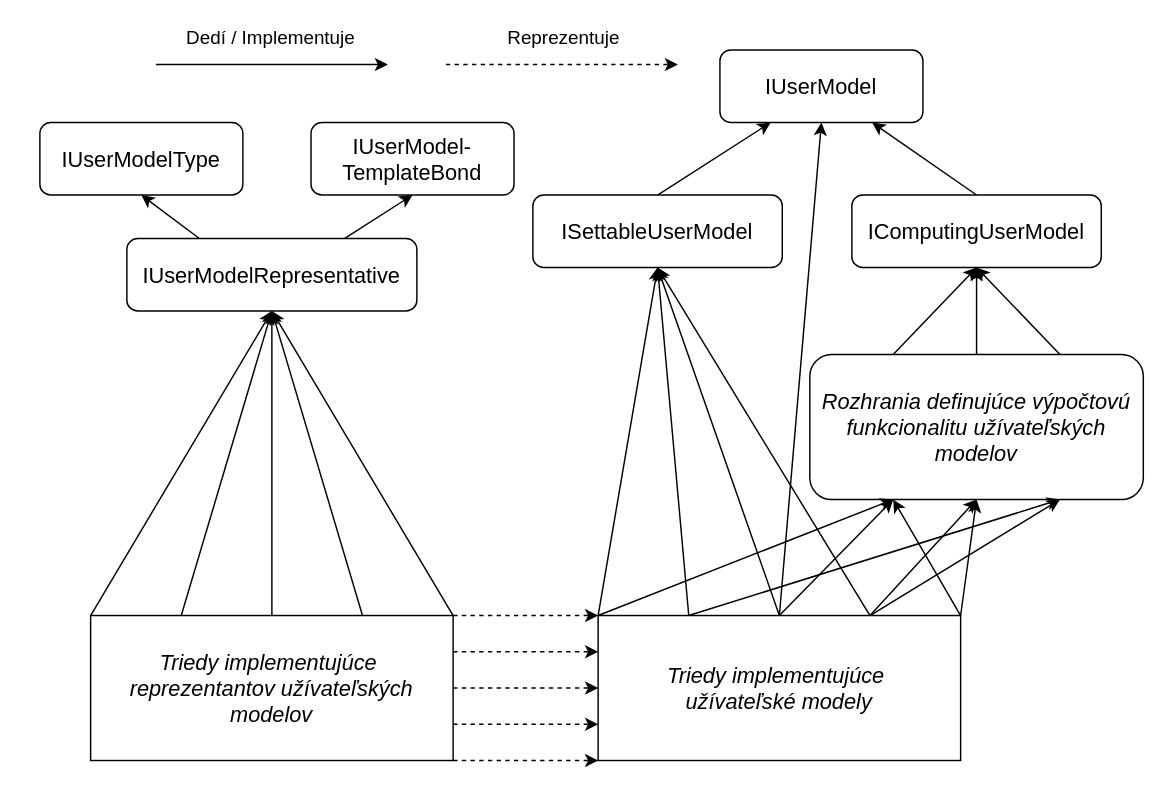
This is Text/grafy/uzivatelske_modely_architektura.drawio from MrKukumber/Optepafi, a draw.io file, before an edit. Source tidied: cells renumbered, new cells numbered last; positions are measured from the earlier drawing's top-left corner, leaving out a move shared by most shapes. Both pictures are drawn from the tidied source at 145%, with x=0, y=0 at pixel (39, 49).
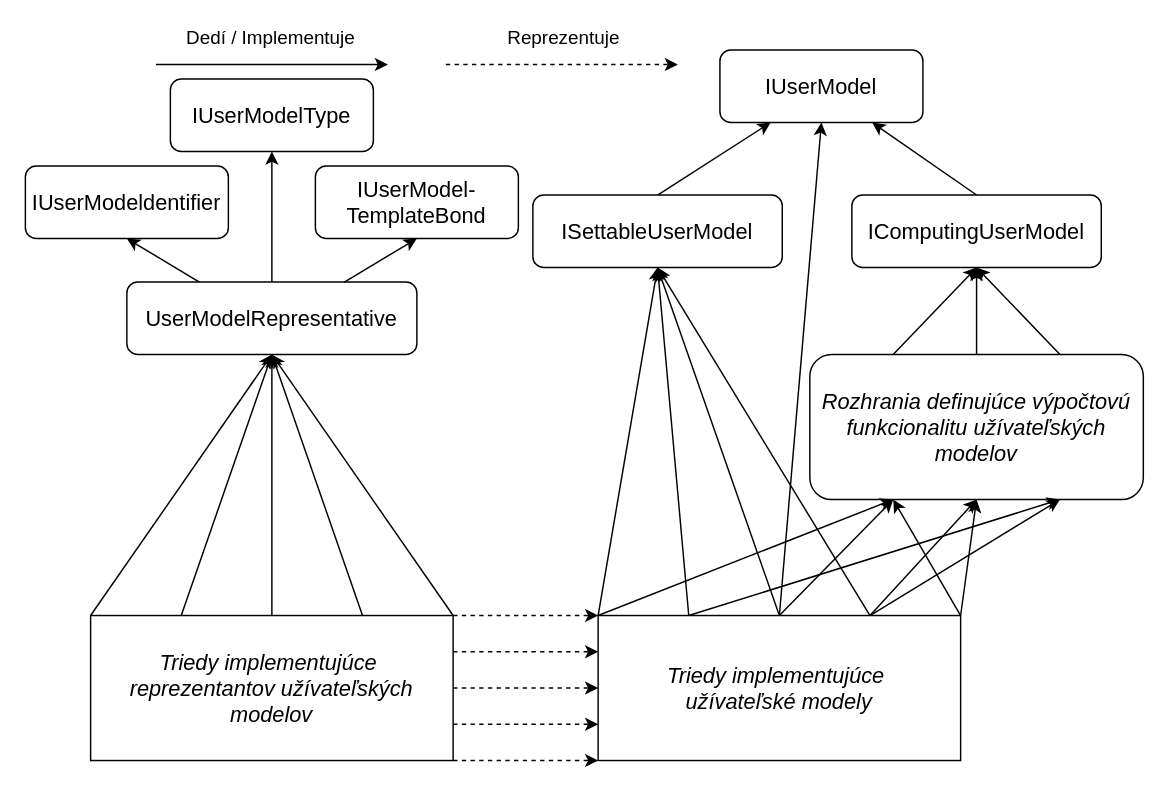
The same diagram, later.

The edit, as a diff of the source:
```diff
@@
     <mxCell id="2" value="&lt;font style=&quot;font-size: 15px;&quot;&gt;IUserModelType&lt;/font&gt;" style="rounded=1;whiteSpace=wrap;html=1;" parent="1" vertex="1">
-      <mxGeometry y="50" width="140" height="50" as="geometry" />
+      <mxGeometry x="90" y="20" width="140" height="50" as="geometry" />
     </mxCell>
     <mxCell id="3" value="&lt;font style=&quot;font-size: 15px;&quot;&gt;IUserModel-&lt;/font&gt;&lt;div&gt;&lt;font style=&quot;font-size: 15px;&quot;&gt;TemplateBond&lt;/font&gt;&lt;/div&gt;" style="rounded=1;whiteSpace=wrap;html=1;" parent="1" vertex="1">
-      <mxGeometry x="187" y="50" width="140" height="50" as="geometry" />
+      <mxGeometry x="190" y="80" width="140" height="50" as="geometry" />
     </mxCell>
-    <mxCell id="4" style="rounded=0;jettySize=auto;html=1;exitX=0.25;exitY=0;exitDx=0;exitDy=0;entryX=0.5;entryY=1;entryDx=0;entryDy=0;" parent="1" edge="1" source="5" target="2">
+    <mxCell id="4" style="rounded=0;jettySize=auto;html=1;exitX=0.25;exitY=0;exitDx=0;exitDy=0;entryX=0.5;entryY=1;entryDx=0;entryDy=0;" parent="1" edge="1" source="5" target="45">
       <mxGeometry relative="1" as="geometry" />
     </mxCell>
+    <mxCell id="44" style="edgeStyle=orthogonalEdgeStyle;rounded=0;jettySize=auto;html=1;exitX=0.5;exitY=0;exitDx=0;exitDy=0;entryX=0.5;entryY=1;entryDx=0;entryDy=0;" parent="1" edge="1" source="5" target="2">
+      <mxGeometry relative="1" as="geometry" />
+    </mxCell>
-    <mxCell id="5" value="&lt;font style=&quot;font-size: 15px;&quot;&gt;IUserModelRepresentative&lt;/font&gt;" style="rounded=1;whiteSpace=wrap;html=1;" parent="1" vertex="1">
-      <mxGeometry x="60" y="130" width="200" height="50" as="geometry" />
+    <mxCell id="5" value="&lt;div&gt;&lt;span style=&quot;font-size: 15px; background-color: initial;&quot;&gt;UserModelRepresentative&lt;/span&gt;&lt;br&gt;&lt;/div&gt;" style="rounded=1;whiteSpace=wrap;html=1;" parent="1" vertex="1">
+      <mxGeometry x="60" y="160" width="200" height="50" as="geometry" />
     </mxCell>
@@
+    <mxCell id="45" value="&lt;span style=&quot;font-size: 15px;&quot;&gt;IUserModeldentifier&lt;/span&gt;" style="rounded=1;whiteSpace=wrap;html=1;" parent="1" vertex="1">
+      <mxGeometry x="-10" y="80" width="140" height="50" as="geometry" />
+    </mxCell>
```
